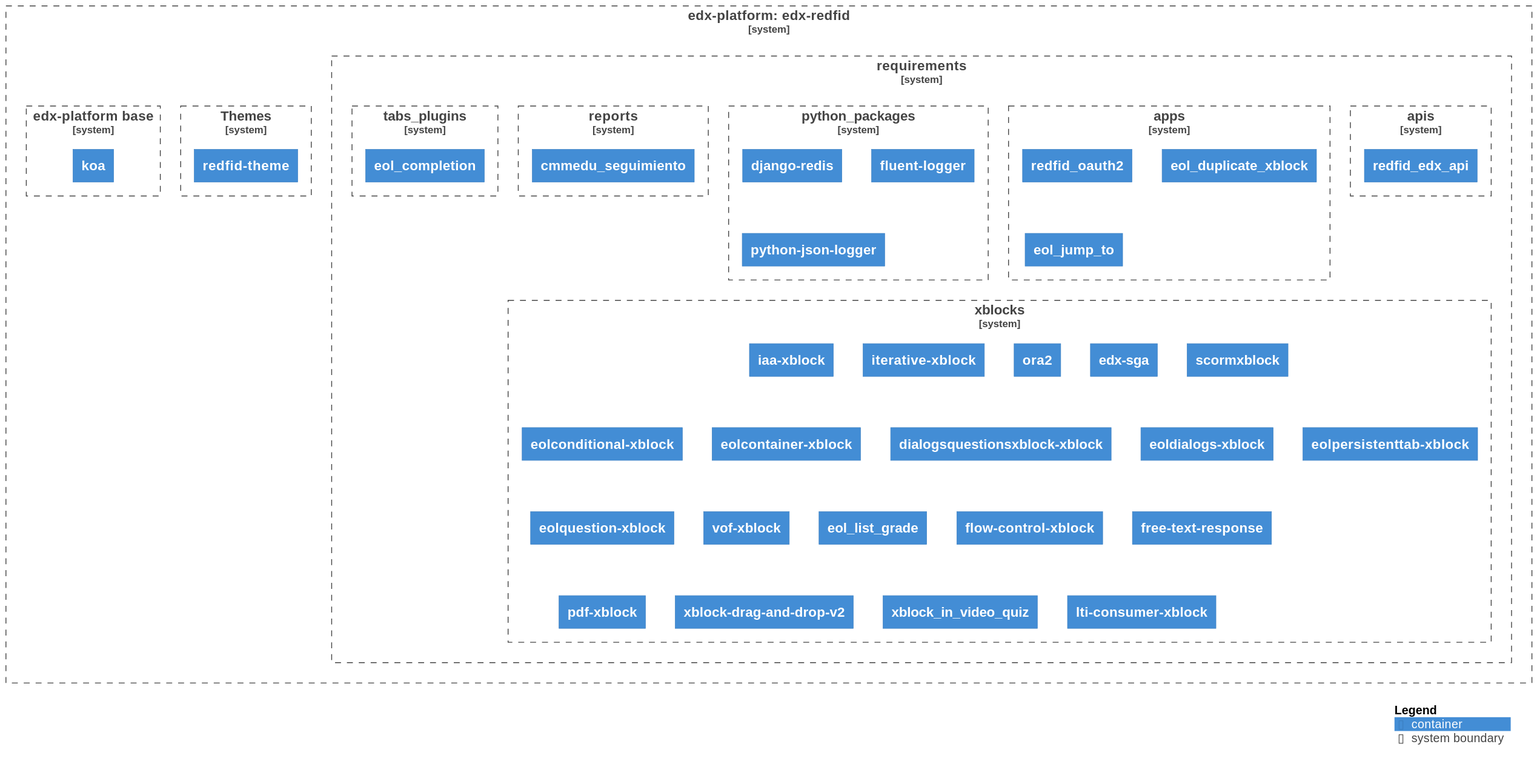
eol-uchile/edx-redfid keeps this PlantUML diagram as diagrams/diagram.svg. Above is the earlier version.
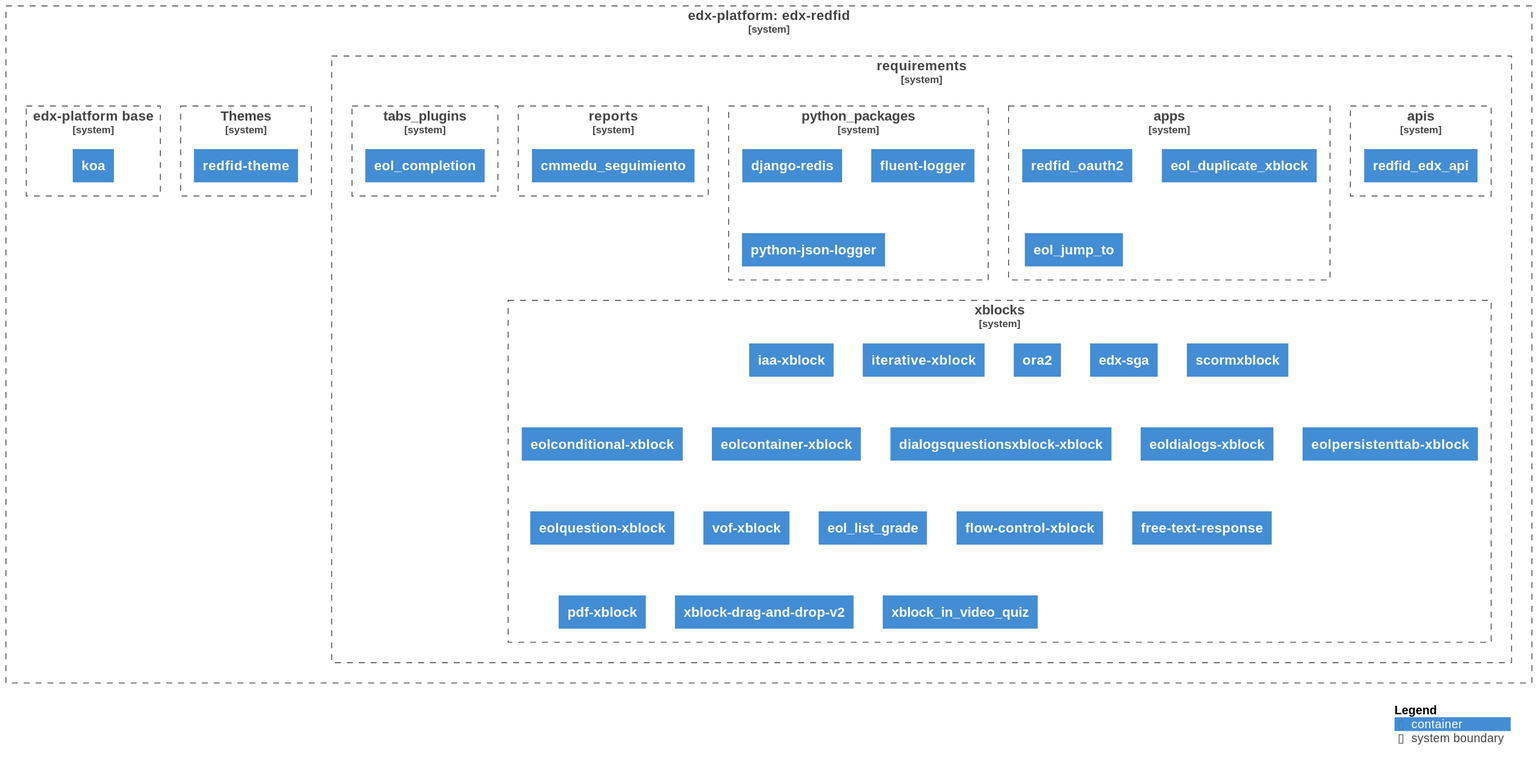
The same diagram one commit later.

Commit message:
chore: Auto-generate UML diagram

Change to the diagram source:
```diff
@@ -83,8 +83,6 @@
 
                 Container(xblocks18, "xblock_in_video_quiz", $link="https://github.com/eol-uchile/xblock-in-video-quiz/commit/1555dcbd96341f19b76f915f0135f46192869796")
 
-                Container(xblocks19, "lti-consumer-xblock", $link="https://github.com/eol-uchile/xblock-lti-consumer/commit/b1384343be9ae1a4d6de5760a3a5c1475a3024cf")
-
             }
 
     }
```
